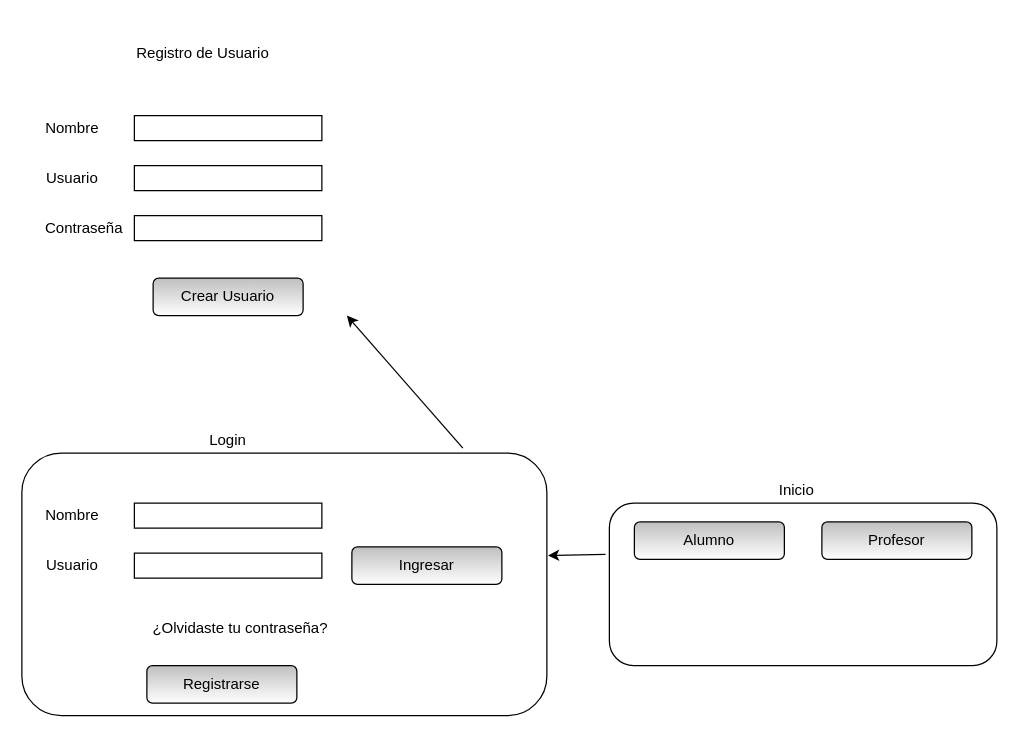
fdearmas96/ObligatorioP1 keeps this draw.io diagram as page "3-Registro Docente" (3 of 15) of Formularios.drawio. Above is the earlier version. Source tidied: cells renumbered, new cells numbered last; positions are measured from the earlier drawing's top-left corner, leaving out a move shared by most shapes. Both pictures are drawn from the tidied source at 125%, with x=0, y=0 at pixel (21, 40).
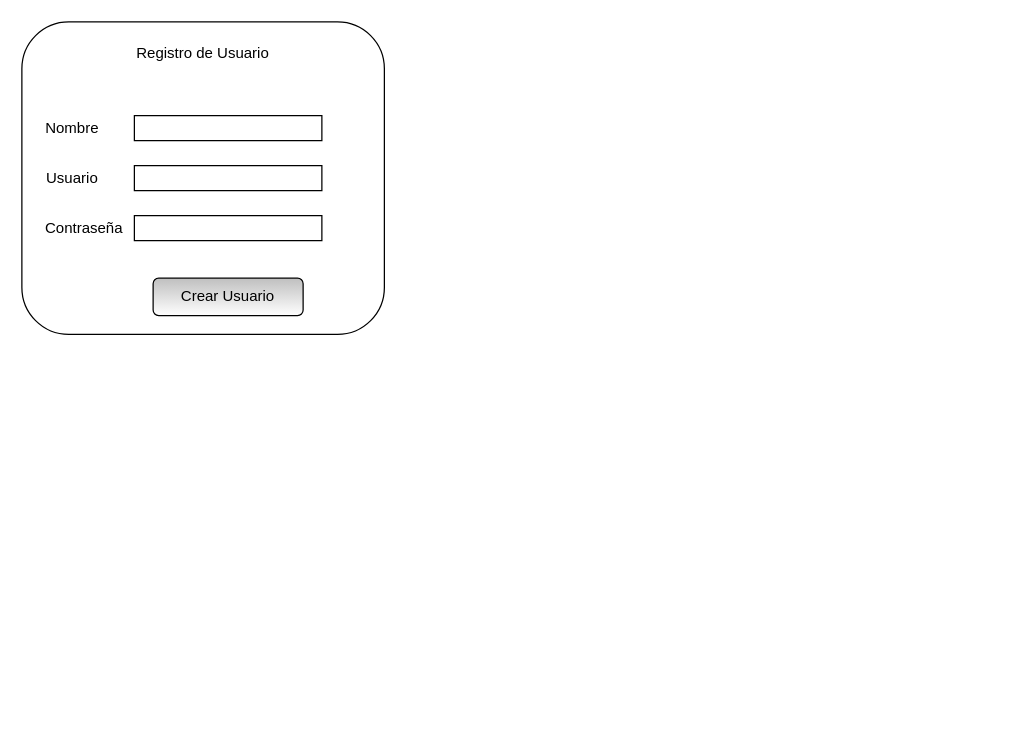
After the change.

What changed in the source:
```diff
@@
-    <mxCell id="2" style="rounded=1;whiteSpace=wrap;html=1;" parent="1" vertex="1">
-      <mxGeometry x="470" y="370" width="310" height="130" as="geometry" />
-    </mxCell>
-    <mxCell id="3" style="rounded=1;whiteSpace=wrap;html=1;" parent="1" vertex="1">
-      <mxGeometry y="330" width="420" height="210" as="geometry" />
-    </mxCell>
+    <mxCell id="25" style="rounded=1;whiteSpace=wrap;html=1;" parent="1" vertex="1">
+      <mxGeometry y="-15" width="290" height="250" as="geometry" />
+    </mxCell>
@@
-    <mxCell id="12" value="Login" style="text;html=1;strokeColor=none;fillColor=none;align=center;verticalAlign=middle;whiteSpace=wrap;rounded=0;" parent="1" vertex="1">
-      <mxGeometry x="145" y="310" width="40" height="20" as="geometry" />
-    </mxCell>
-    <mxCell id="13" style="verticalLabelPosition=bottom;verticalAlign=top;html=1;shape=mxgraph.basic.rect;fillColor2=none;strokeWidth=1;size=20;indent=5;" parent="1" vertex="1">
-      <mxGeometry x="90" y="370" width="150" height="20" as="geometry" />
-    </mxCell>
-    <mxCell id="14" value="Nombre" style="text;html=1;align=center;verticalAlign=middle;strokeColor=none;" parent="1" vertex="1">
-      <mxGeometry x="10" y="370" width="60" height="20" as="geometry" />
-    </mxCell>
-    <mxCell id="15" style="verticalLabelPosition=bottom;verticalAlign=top;html=1;shape=mxgraph.basic.rect;fillColor2=none;strokeWidth=1;size=20;indent=5;" parent="1" vertex="1">
-      <mxGeometry x="90" y="410" width="150" height="20" as="geometry" />
-    </mxCell>
-    <mxCell id="16" value="Usuario" style="text;html=1;align=center;verticalAlign=middle;strokeColor=none;" parent="1" vertex="1">
-      <mxGeometry x="10" y="410" width="60" height="20" as="geometry" />
-    </mxCell>
-    <mxCell id="17" value="Ingresar" style="rounded=1;whiteSpace=wrap;html=1;gradientColor=#ffffff;fillColor=#BFBFBF;" parent="1" vertex="1">
-      <mxGeometry x="264" y="405" width="120" height="30" as="geometry" />
-    </mxCell>
-    <mxCell id="18" value="Registrarse" style="rounded=1;whiteSpace=wrap;html=1;gradientColor=#ffffff;fillColor=#BFBFBF;" parent="1" vertex="1">
-      <mxGeometry x="100" y="500" width="120" height="30" as="geometry" />
-    </mxCell>
-    <mxCell id="19" value="¿Olvidaste tu contraseña?" style="text;html=1;strokeColor=none;fillColor=none;align=center;verticalAlign=middle;whiteSpace=wrap;rounded=0;" parent="1" vertex="1">
-      <mxGeometry x="100" y="460" width="150" height="20" as="geometry" />
-    </mxCell>
-    <mxCell id="20" value="Inicio" style="text;html=1;strokeColor=none;fillColor=none;align=center;verticalAlign=middle;whiteSpace=wrap;rounded=0;" parent="1" vertex="1">
-      <mxGeometry x="600" y="350" width="40" height="20" as="geometry" />
-    </mxCell>
-    <mxCell id="21" value="Alumno" style="rounded=1;whiteSpace=wrap;html=1;gradientColor=#ffffff;fillColor=#BFBFBF;" parent="1" vertex="1">
-      <mxGeometry x="490" y="385" width="120" height="30" as="geometry" />
-    </mxCell>
-    <mxCell id="22" value="Profesor" style="rounded=1;whiteSpace=wrap;html=1;gradientColor=#ffffff;fillColor=#BFBFBF;" parent="1" vertex="1">
-      <mxGeometry x="640" y="385" width="120" height="30" as="geometry" />
-    </mxCell>
-    <mxCell id="23" style="endArrow=classic;html=1;entryX=1.002;entryY=0.39;entryDx=0;entryDy=0;entryPerimeter=0;exitX=-0.01;exitY=0.315;exitDx=0;exitDy=0;exitPerimeter=0;" parent="1" edge="1" source="2" target="3">
-      <mxGeometry relative="1" as="geometry" />
-    </mxCell>
-    <mxCell id="24" style="endArrow=classic;html=1;exitX=0.84;exitY=-0.019;exitDx=0;exitDy=0;exitPerimeter=0;" parent="1" edge="1" source="3">
-      <mxGeometry relative="1" as="geometry">
-        <mxPoint x="260" y="220" as="targetPoint" />
-      </mxGeometry>
-    </mxCell>
```
